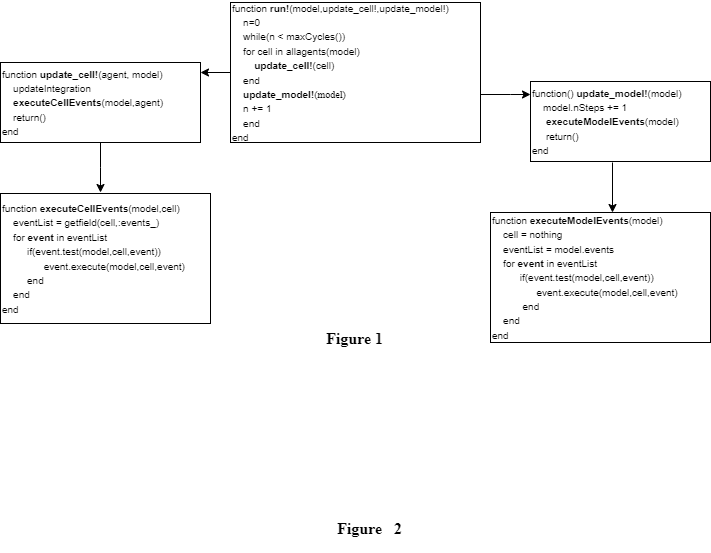
The draw.io diagram ps/ps_fig1.png in NedSlider/teatPackage.jl, before a commit. Source tidied: cells renumbered, new cells last; positions are measured from the earlier drawing's top-left corner, leaving out a move shared by most shapes.
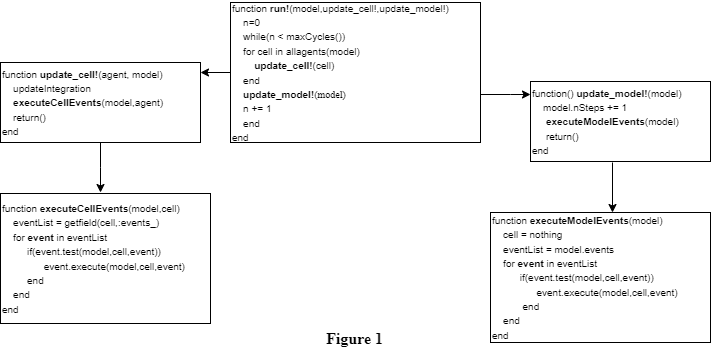
After the change.

Change to the diagram source:
```diff
@@ -25,9 +25,6 @@
     <mxCell id="8" value="&lt;font style=&quot;font-size: 10px;&quot;&gt;function &lt;b&gt;executeModelEvents&lt;/b&gt;(model)&lt;br&gt;&amp;nbsp; &amp;nbsp; cell = nothing&amp;nbsp; &amp;nbsp; &amp;nbsp; &amp;nbsp; &amp;nbsp; &amp;nbsp; &amp;nbsp; &amp;nbsp; &amp;nbsp; &amp;nbsp; &amp;nbsp; &amp;nbsp; &amp;nbsp;&lt;br&gt;&amp;nbsp; &amp;nbsp; eventList = model.events&amp;nbsp; &amp;nbsp; &amp;nbsp; &lt;br&gt;&amp;nbsp; &amp;nbsp; for &lt;b&gt;event &lt;/b&gt;in eventList&amp;nbsp; &amp;nbsp; &amp;nbsp; &amp;nbsp; &amp;nbsp; &amp;nbsp;&amp;nbsp;&lt;br&gt;&amp;nbsp; &amp;nbsp; &amp;nbsp; &amp;nbsp; &amp;nbsp; if(event.test(model,cell,event))&lt;br&gt;&amp;nbsp; &amp;nbsp; &amp;nbsp; &amp;nbsp; &amp;nbsp; &amp;nbsp; &amp;nbsp; &amp;nbsp; event.execute(model,cell,event)&lt;br&gt;&amp;nbsp; &amp;nbsp; &amp;nbsp; &amp;nbsp; &amp;nbsp; &amp;nbsp;end&amp;nbsp; &amp;nbsp; &amp;nbsp; &amp;nbsp; &amp;nbsp; &amp;nbsp; &amp;nbsp; &amp;nbsp; &amp;nbsp; &amp;nbsp; &amp;nbsp; &amp;nbsp; &amp;nbsp; &amp;nbsp; &amp;nbsp;&lt;br&gt;&amp;nbsp; &amp;nbsp; end&amp;nbsp;&lt;br&gt;end&amp;nbsp; &amp;nbsp;&lt;/font&gt;&amp;nbsp; &amp;nbsp; &amp;nbsp; &amp;nbsp; &amp;nbsp; &amp;nbsp; &amp;nbsp; &amp;nbsp; &amp;nbsp; &amp;nbsp; &amp;nbsp; &amp;nbsp; &amp;nbsp; &amp;nbsp; &amp;nbsp; &amp;nbsp; &amp;nbsp; &amp;nbsp; &amp;nbsp; &amp;nbsp; &amp;nbsp; &amp;nbsp; &amp;nbsp; &amp;nbsp; &amp;nbsp; &amp;nbsp;" style="rounded=0;whiteSpace=wrap;html=1;align=left;" parent="1" vertex="1">
       <mxGeometry x="490" y="210" width="220" height="130" as="geometry" />
     </mxCell>
-    <mxCell id="9" value="&lt;b&gt;&lt;span style=&quot;font-size:12.0pt;font-family:&amp;quot;Liberation Serif&amp;quot;,serif;&lt;br/&gt;mso-fareast-font-family:&amp;quot;Noto Serif CJK SC&amp;quot;;mso-bidi-font-family:&amp;quot;Lohit Devanagari&amp;quot;;&lt;br/&gt;mso-font-kerning:1.0pt;mso-ansi-language:EN-GB;mso-fareast-language:ZH-CN;&lt;br/&gt;mso-bidi-language:HI&quot;&gt;Figure&amp;nbsp; &amp;nbsp;2&lt;/span&gt;&lt;/b&gt;" style="text;whiteSpace=wrap;html=1;" parent="1" vertex="1">
-      <mxGeometry x="335" y="510" width="80" height="40" as="geometry" />
-    </mxCell>
     <mxCell id="10" style="edgeStyle=none;orthogonalLoop=1;jettySize=auto;html=1;rounded=0;" parent="1" edge="1">
       <mxGeometry relative="1" as="geometry">
         <mxPoint x="480" y="92" as="sourcePoint" />
```
